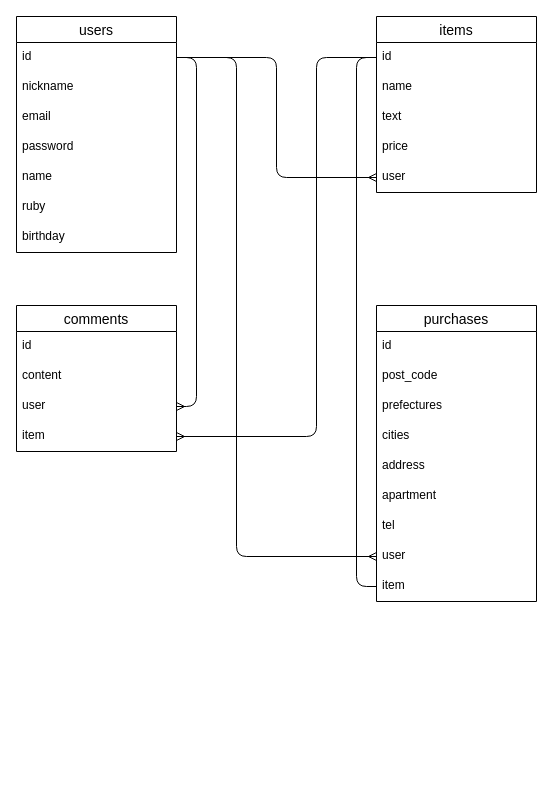
Earlier version of the draw.io diagram furima.dio (shun-p0430/furima-37638). Source tidied: cells renumbered, new cells numbered last; positions are measured from the earlier drawing's top-left corner, leaving out a move shared by most shapes. Both pictures are drawn from the tidied source at 100%, with x=0, y=0 at pixel (16, 16).
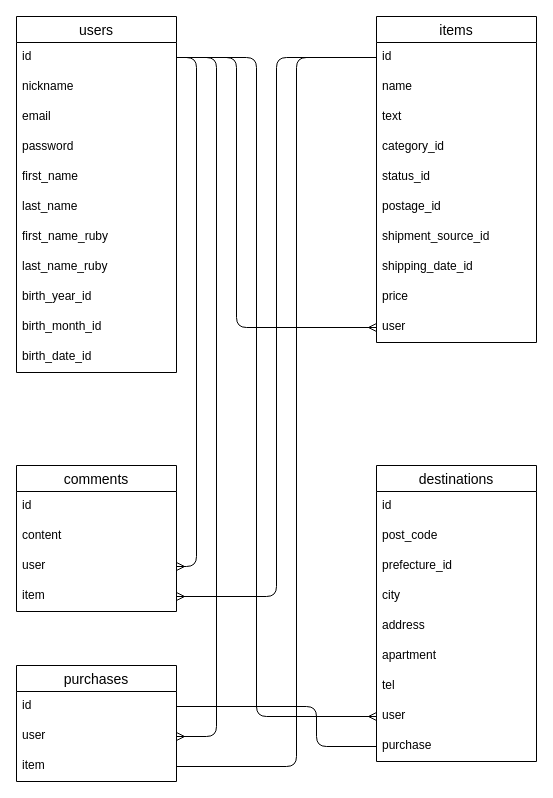
The same page after the edit.

The change refers to these unchanged cells:
```xml
<mxCell id="3" value="id" style="text;strokeColor=none;fillColor=none;spacingLeft=4;spacingRight=4;overflow=hidden;points=[[0,0.5],[1,0.5]];portConstraint=eastwest;fontSize=12;" parent="2" vertex="1">
  <mxGeometry y="26" width="160" height="30" as="geometry" />
</mxCell>
<mxCell id="11" value="id" style="text;strokeColor=none;fillColor=none;spacingLeft=4;spacingRight=4;overflow=hidden;points=[[0,0.5],[1,0.5]];portConstraint=eastwest;fontSize=12;" parent="10" vertex="1">
  <mxGeometry y="26" width="160" height="30" as="geometry" />
</mxCell>
<mxCell id="24" value="user" style="text;strokeColor=none;fillColor=none;spacingLeft=4;spacingRight=4;overflow=hidden;points=[[0,0.5],[1,0.5]];portConstraint=eastwest;fontSize=12;labelBackgroundColor=default;" parent="16" vertex="1">
  <mxGeometry y="236" width="160" height="30" as="geometry" />
</mxCell>
<mxCell id="29" value="user" style="text;strokeColor=none;fillColor=none;spacingLeft=4;spacingRight=4;overflow=hidden;points=[[0,0.5],[1,0.5]];portConstraint=eastwest;fontSize=12;labelBackgroundColor=default;" parent="26" vertex="1">
  <mxGeometry y="86" width="160" height="30" as="geometry" />
</mxCell>
<mxCell id="30" value="item" style="text;strokeColor=none;fillColor=none;spacingLeft=4;spacingRight=4;overflow=hidden;points=[[0,0.5],[1,0.5]];portConstraint=eastwest;fontSize=12;labelBackgroundColor=default;" parent="26" vertex="1">
  <mxGeometry y="116" width="160" height="30" as="geometry" />
</mxCell>
```

The edit, as a diff of the source:
```diff
@@
     <mxCell id="2" value="users" style="swimlane;fontStyle=0;horizontal=1;startSize=26;align=center;fontSize=14;" parent="1" vertex="1">
-      <mxGeometry width="160" height="236" as="geometry" />
+      <mxGeometry width="160" height="356" as="geometry" />
     </mxCell>
@@
-    <mxCell id="7" value="name" style="text;strokeColor=none;fillColor=none;spacingLeft=4;spacingRight=4;overflow=hidden;fontSize=12;" parent="2" vertex="1">
+    <mxCell id="7" value="first_name" style="text;strokeColor=none;fillColor=none;spacingLeft=4;spacingRight=4;overflow=hidden;fontSize=12;" parent="2" vertex="1">
       <mxGeometry y="146" width="160" height="30" as="geometry" />
     </mxCell>
-    <mxCell id="8" value="ruby" style="text;strokeColor=none;fillColor=none;spacingLeft=4;spacingRight=4;overflow=hidden;fontSize=12;" parent="2" vertex="1">
+    <mxCell id="8" value="last_name" style="text;strokeColor=none;fillColor=none;spacingLeft=4;spacingRight=4;overflow=hidden;fontSize=12;" parent="2" vertex="1">
       <mxGeometry y="176" width="160" height="30" as="geometry" />
     </mxCell>
-    <mxCell id="9" value="birthday" style="text;strokeColor=none;fillColor=none;spacingLeft=4;spacingRight=4;overflow=hidden;fontSize=12;" parent="2" vertex="1">
+    <mxCell id="9" value="first_name_ruby" style="text;strokeColor=none;fillColor=none;spacingLeft=4;spacingRight=4;overflow=hidden;fontSize=12;" parent="2" vertex="1">
       <mxGeometry y="206" width="160" height="30" as="geometry" />
     </mxCell>
+    <mxCell id="37" value="last_name_ruby" style="text;strokeColor=none;fillColor=none;spacingLeft=4;spacingRight=4;overflow=hidden;fontSize=12;" parent="2" vertex="1">
+      <mxGeometry y="236" width="160" height="30" as="geometry" />
+    </mxCell>
+    <mxCell id="38" value="birth_year_id" style="text;strokeColor=none;fillColor=none;spacingLeft=4;spacingRight=4;overflow=hidden;fontSize=12;" parent="2" vertex="1">
+      <mxGeometry y="266" width="160" height="30" as="geometry" />
+    </mxCell>
+    <mxCell id="39" value="birth_month_id" style="text;strokeColor=none;fillColor=none;spacingLeft=4;spacingRight=4;overflow=hidden;fontSize=12;" parent="2" vertex="1">
+      <mxGeometry y="296" width="160" height="30" as="geometry" />
+    </mxCell>
+    <mxCell id="40" value="birth_date_id" style="text;strokeColor=none;fillColor=none;spacingLeft=4;spacingRight=4;overflow=hidden;fontSize=12;" parent="2" vertex="1">
+      <mxGeometry y="326" width="160" height="30" as="geometry" />
+    </mxCell>
     <mxCell id="10" value="items" style="swimlane;fontStyle=0;horizontal=1;startSize=26;align=center;fontSize=14;" parent="1" vertex="1">
-      <mxGeometry x="360" width="160" height="176" as="geometry" />
+      <mxGeometry x="360" width="160" height="326" as="geometry" />
     </mxCell>
@@
+    <mxCell id="41" value="category_id" style="text;strokeColor=none;fillColor=none;spacingLeft=4;spacingRight=4;overflow=hidden;fontSize=12;labelBackgroundColor=default;" parent="10" vertex="1">
+      <mxGeometry y="116" width="160" height="30" as="geometry" />
+    </mxCell>
+    <mxCell id="42" value="status_id" style="text;strokeColor=none;fillColor=none;spacingLeft=4;spacingRight=4;overflow=hidden;fontSize=12;labelBackgroundColor=default;" parent="10" vertex="1">
+      <mxGeometry y="146" width="160" height="30" as="geometry" />
+    </mxCell>
+    <mxCell id="43" value="postage_id" style="text;strokeColor=none;fillColor=none;spacingLeft=4;spacingRight=4;overflow=hidden;fontSize=12;labelBackgroundColor=default;" parent="10" vertex="1">
+      <mxGeometry y="176" width="160" height="30" as="geometry" />
+    </mxCell>
+    <mxCell id="44" value="shipment_source_id" style="text;strokeColor=none;fillColor=none;spacingLeft=4;spacingRight=4;overflow=hidden;fontSize=12;labelBackgroundColor=default;" parent="10" vertex="1">
+      <mxGeometry y="206" width="160" height="30" as="geometry" />
+    </mxCell>
+    <mxCell id="45" value="shipping_date_id" style="text;strokeColor=none;fillColor=none;spacingLeft=4;spacingRight=4;overflow=hidden;fontSize=12;labelBackgroundColor=default;" parent="10" vertex="1">
+      <mxGeometry y="236" width="160" height="30" as="geometry" />
+    </mxCell>
     <mxCell id="14" value="price" style="text;strokeColor=none;fillColor=none;spacingLeft=4;spacingRight=4;overflow=hidden;fontSize=12;labelBackgroundColor=default;" parent="10" vertex="1">
-      <mxGeometry y="116" width="160" height="30" as="geometry" />
+      <mxGeometry y="266" width="160" height="30" as="geometry" />
     </mxCell>
     <mxCell id="15" value="user" style="text;strokeColor=none;fillColor=none;spacingLeft=4;spacingRight=4;overflow=hidden;points=[[0,0.5],[1,0.5]];portConstraint=eastwest;fontSize=12;labelBackgroundColor=default;" parent="10" vertex="1">
-      <mxGeometry y="146" width="160" height="30" as="geometry" />
+      <mxGeometry y="296" width="160" height="30" as="geometry" />
     </mxCell>
-    <mxCell id="16" value="purchases" style="swimlane;fontStyle=0;horizontal=1;startSize=26;align=center;fontSize=14;labelBackgroundColor=default;" parent="1" vertex="1">
-      <mxGeometry x="360" y="289" width="160" height="296" as="geometry" />
+    <mxCell id="16" value="destinations" style="swimlane;fontStyle=0;horizontal=1;startSize=26;align=center;fontSize=14;labelBackgroundColor=default;" parent="1" vertex="1">
+      <mxGeometry x="360" y="449" width="160" height="296" as="geometry" />
     </mxCell>
@@
-    <mxCell id="19" value="prefectures" style="text;strokeColor=none;fillColor=none;spacingLeft=4;spacingRight=4;overflow=hidden;fontSize=12;labelBackgroundColor=default;" parent="16" vertex="1">
+    <mxCell id="19" value="prefecture_id" style="text;strokeColor=none;fillColor=none;spacingLeft=4;spacingRight=4;overflow=hidden;fontSize=12;labelBackgroundColor=default;" parent="16" vertex="1">
       <mxGeometry y="86" width="160" height="30" as="geometry" />
     </mxCell>
-    <mxCell id="20" value="cities" style="text;strokeColor=none;fillColor=none;spacingLeft=4;spacingRight=4;overflow=hidden;fontSize=12;labelBackgroundColor=default;" parent="16" vertex="1">
+    <mxCell id="20" value="city" style="text;strokeColor=none;fillColor=none;spacingLeft=4;spacingRight=4;overflow=hidden;fontSize=12;labelBackgroundColor=default;" parent="16" vertex="1">
       <mxGeometry y="116" width="160" height="30" as="geometry" />
     </mxCell>
@@
-    <mxCell id="25" value="item" style="text;strokeColor=none;fillColor=none;spacingLeft=4;spacingRight=4;overflow=hidden;points=[[0,0.5],[1,0.5]];portConstraint=eastwest;fontSize=12;labelBackgroundColor=default;" parent="16" vertex="1">
+    <mxCell id="25" value="purchase" style="text;strokeColor=none;fillColor=none;spacingLeft=4;spacingRight=4;overflow=hidden;points=[[0,0.5],[1,0.5]];portConstraint=eastwest;fontSize=12;labelBackgroundColor=default;" parent="16" vertex="1">
       <mxGeometry y="266" width="160" height="30" as="geometry" />
     </mxCell>
     <mxCell id="26" value="comments" style="swimlane;fontStyle=0;horizontal=1;startSize=26;align=center;fontSize=14;labelBackgroundColor=default;" parent="1" vertex="1">
-      <mxGeometry y="289" width="160" height="146" as="geometry" />
+      <mxGeometry y="449" width="160" height="146" as="geometry" />
     </mxCell>
@@
+    <mxCell id="46" value="purchases" style="swimlane;fontStyle=0;horizontal=1;startSize=26;align=center;fontSize=14;" parent="1" vertex="1">
+      <mxGeometry y="649" width="160" height="116" as="geometry" />
+    </mxCell>
+    <mxCell id="47" value="id" style="text;strokeColor=none;fillColor=none;spacingLeft=4;spacingRight=4;overflow=hidden;points=[[0,0.5],[1,0.5]];portConstraint=eastwest;fontSize=12;" parent="46" vertex="1">
+      <mxGeometry y="26" width="160" height="30" as="geometry" />
+    </mxCell>
+    <mxCell id="48" value="user" style="text;strokeColor=none;fillColor=none;spacingLeft=4;spacingRight=4;overflow=hidden;points=[[0,0.5],[1,0.5]];portConstraint=eastwest;fontSize=12;" parent="46" vertex="1">
+      <mxGeometry y="56" width="160" height="30" as="geometry" />
+    </mxCell>
+    <mxCell id="49" value="item" style="text;strokeColor=none;fillColor=none;spacingLeft=4;spacingRight=4;overflow=hidden;points=[[0,0.5],[1,0.5]];portConstraint=eastwest;fontSize=12;" parent="46" vertex="1">
+      <mxGeometry y="86" width="160" height="30" as="geometry" />
+    </mxCell>
+    <mxCell id="36" style="edgeStyle=orthogonalEdgeStyle;html=1;exitX=1;exitY=0.5;exitDx=0;exitDy=0;entryX=0;entryY=0.5;entryDx=0;entryDy=0;endArrow=ERmany;endFill=0;" parent="1" edge="1" source="3" target="15">
+      <mxGeometry relative="1" as="geometry">
+        <Array as="points">
+          <mxPoint x="220" y="41" />
+          <mxPoint x="220" y="311" />
+        </Array>
+      </mxGeometry>
+    </mxCell>
+    <mxCell id="33" style="edgeStyle=orthogonalEdgeStyle;html=1;exitX=1;exitY=0.5;exitDx=0;exitDy=0;entryX=1;entryY=0.5;entryDx=0;entryDy=0;endArrow=ERmany;endFill=0;" parent="1" edge="1" source="3" target="29">
+      <mxGeometry relative="1" as="geometry">
+        <Array as="points">
+          <mxPoint x="180" y="41" />
+          <mxPoint x="180" y="550" />
+        </Array>
+      </mxGeometry>
+    </mxCell>
+    <mxCell id="50" style="edgeStyle=orthogonalEdgeStyle;html=1;exitX=1;exitY=0.5;exitDx=0;exitDy=0;entryX=1;entryY=0.5;entryDx=0;entryDy=0;endArrow=ERmany;endFill=0;" parent="1" edge="1" source="3" target="48">
+      <mxGeometry relative="1" as="geometry">
+        <Array as="points">
+          <mxPoint x="200" y="41" />
+          <mxPoint x="200" y="720" />
+        </Array>
+      </mxGeometry>
+    </mxCell>
     <mxCell id="32" style="edgeStyle=orthogonalEdgeStyle;html=1;exitX=1;exitY=0.5;exitDx=0;exitDy=0;entryX=0;entryY=0.5;entryDx=0;entryDy=0;endArrow=ERmany;endFill=0;" parent="1" edge="1" source="3" target="24">
       <mxGeometry relative="1" as="geometry">
         <Array as="points">
-          <mxPoint x="220" y="41" />
-          <mxPoint x="220" y="540" />
+          <mxPoint x="240" y="41" />
+          <mxPoint x="240" y="700" />
         </Array>
       </mxGeometry>
     </mxCell>
-    <mxCell id="33" style="edgeStyle=orthogonalEdgeStyle;html=1;exitX=1;exitY=0.5;exitDx=0;exitDy=0;entryX=1;entryY=0.5;entryDx=0;entryDy=0;endArrow=ERmany;endFill=0;" parent="1" edge="1" source="3" target="29">
-      <mxGeometry relative="1" as="geometry">
-        <Array as="points">
-          <mxPoint x="180" y="41" />
-          <mxPoint x="180" y="390" />
-        </Array>
-      </mxGeometry>
-    </mxCell>
     <mxCell id="34" style="edgeStyle=orthogonalEdgeStyle;html=1;exitX=0;exitY=0.5;exitDx=0;exitDy=0;entryX=1;entryY=0.5;entryDx=0;entryDy=0;endArrow=ERmany;endFill=0;" parent="1" edge="1" source="11" target="30">
       <mxGeometry relative="1" as="geometry">
         <Array as="points">
-          <mxPoint x="300" y="41" />
-          <mxPoint x="300" y="420" />
+          <mxPoint x="260" y="41" />
+          <mxPoint x="260" y="580" />
         </Array>
       </mxGeometry>
     </mxCell>
-    <mxCell id="35" style="edgeStyle=orthogonalEdgeStyle;html=1;exitX=0;exitY=0.5;exitDx=0;exitDy=0;entryX=0;entryY=0.5;entryDx=0;entryDy=0;endArrow=none;endFill=0;" parent="1" edge="1" source="11" target="25">
-      <mxGeometry relative="1" as="geometry">
-        <Array as="points">
-          <mxPoint x="340" y="41" />
-          <mxPoint x="340" y="570" />
-        </Array>
-      </mxGeometry>
-    </mxCell>
-    <mxCell id="36" style="edgeStyle=orthogonalEdgeStyle;html=1;exitX=1;exitY=0.5;exitDx=0;exitDy=0;entryX=0;entryY=0.5;entryDx=0;entryDy=0;endArrow=ERmany;endFill=0;" parent="1" edge="1" source="3" target="15">
-      <mxGeometry relative="1" as="geometry" />
-    </mxCell>
+    <mxCell id="51" style="edgeStyle=orthogonalEdgeStyle;html=1;exitX=0;exitY=0.5;exitDx=0;exitDy=0;entryX=1;entryY=0.5;entryDx=0;entryDy=0;endArrow=none;endFill=0;" parent="1" edge="1" source="11" target="49">
+      <mxGeometry relative="1" as="geometry">
+        <Array as="points">
+          <mxPoint x="280" y="41" />
+          <mxPoint x="280" y="750" />
+        </Array>
+      </mxGeometry>
+    </mxCell>
+    <mxCell id="52" style="edgeStyle=orthogonalEdgeStyle;html=1;exitX=1;exitY=0.5;exitDx=0;exitDy=0;entryX=0;entryY=0.5;entryDx=0;entryDy=0;endArrow=none;endFill=0;" parent="1" edge="1" source="47" target="25">
+      <mxGeometry relative="1" as="geometry">
+        <Array as="points">
+          <mxPoint x="300" y="690" />
+          <mxPoint x="300" y="730" />
+        </Array>
+      </mxGeometry>
+    </mxCell>
```
